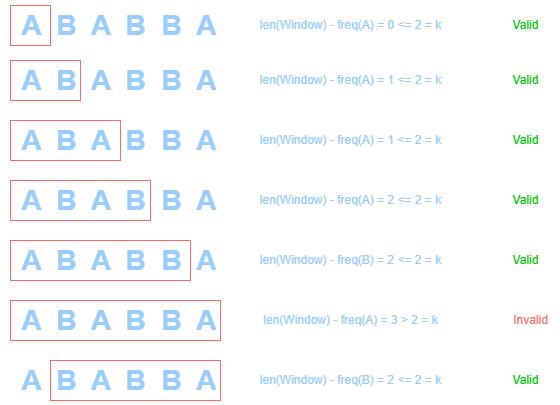
The draw.io diagram Neetcode150/img/LongestRepeatingCharacters.png in ashiven/leetcode-solutions, before a commit. Source tidied: cells renumbered, new cells last; positions are measured from the earlier drawing's top-left corner, leaving out a move shared by most shapes. Its diagram source:
```xml
<mxGraphModel>
  <root>
    <mxCell id="0" />
    <mxCell id="1" parent="0" />
    <mxCell id="2" value="&lt;b&gt;&lt;font style=&quot;font-size: 28px;&quot;&gt;&amp;nbsp;A&amp;nbsp; B&amp;nbsp; A&amp;nbsp; B&amp;nbsp; B&amp;nbsp; A&lt;/font&gt;&lt;/b&gt;" style="text;html=1;align=center;verticalAlign=middle;strokeColor=none;fillColor=none;fontColor=#99CCFF;" parent="1" vertex="1">
      <mxGeometry width="230" height="50" as="geometry" />
    </mxCell>
    <mxCell id="3" style="whiteSpace=wrap;html=1;fillColor=none;strokeColor=#FF6666;fontColor=#99CCFF;" parent="1" vertex="1">
      <mxGeometry x="10" y="5" width="40" height="40" as="geometry" />
    </mxCell>
    <mxCell id="4" value="&lt;font&gt;len(Window) - freq(A) = 0 &amp;lt;= 2 = k&lt;/font&gt;" style="text;html=1;align=center;verticalAlign=middle;strokeColor=none;fillColor=none;fontColor=#99CCFF;" parent="1" vertex="1">
      <mxGeometry x="250" y="10" width="200" height="30" as="geometry" />
    </mxCell>
    <mxCell id="5" style="endArrow=classic;html=1;rounded=0;strokeColor=#FFFFFF;fontColor=#99CCFF;" parent="1" edge="1">
      <mxGeometry relative="1" as="geometry">
        <mxPoint x="470" y="24.7" as="sourcePoint" />
        <mxPoint x="500" y="24.7" as="targetPoint" />
      </mxGeometry>
    </mxCell>
    <mxCell id="6" value="&lt;font color=&quot;#00cc00&quot;&gt;Valid&lt;/font&gt;" style="text;html=1;align=center;verticalAlign=middle;strokeColor=none;fillColor=none;" parent="1" vertex="1">
      <mxGeometry x="500" y="10" width="50" height="30" as="geometry" />
    </mxCell>
    <mxCell id="7" value="&lt;b&gt;&lt;font style=&quot;font-size: 28px;&quot;&gt;&amp;nbsp;A&amp;nbsp; B&amp;nbsp; A&amp;nbsp; B&amp;nbsp; B&amp;nbsp; A&lt;/font&gt;&lt;/b&gt;" style="text;html=1;align=center;verticalAlign=middle;strokeColor=none;fillColor=none;fontColor=#99CCFF;" parent="1" vertex="1">
      <mxGeometry y="55" width="230" height="50" as="geometry" />
    </mxCell>
    <mxCell id="8" style="rounded=0;whiteSpace=wrap;html=1;fillColor=none;strokeColor=#FF6666;fontColor=#99CCFF;" parent="1" vertex="1">
      <mxGeometry x="10" y="60" width="70" height="40" as="geometry" />
    </mxCell>
    <mxCell id="9" value="&lt;font&gt;len(Window) - freq(A) = 1 &amp;lt;= 2 = k&lt;/font&gt;" style="text;html=1;align=center;verticalAlign=middle;strokeColor=none;fillColor=none;fontColor=#99CCFF;" parent="1" vertex="1">
      <mxGeometry x="250" y="65" width="200" height="30" as="geometry" />
    </mxCell>
    <mxCell id="10" style="endArrow=classic;html=1;rounded=0;strokeColor=#FFFFFF;fontColor=#99CCFF;" parent="1" edge="1">
      <mxGeometry relative="1" as="geometry">
        <mxPoint x="470" y="79.7" as="sourcePoint" />
        <mxPoint x="500" y="79.7" as="targetPoint" />
      </mxGeometry>
    </mxCell>
    <mxCell id="11" value="&lt;font color=&quot;#00cc00&quot;&gt;Valid&lt;/font&gt;" style="text;html=1;align=center;verticalAlign=middle;strokeColor=none;fillColor=none;" parent="1" vertex="1">
      <mxGeometry x="500" y="65" width="50" height="30" as="geometry" />
    </mxCell>
    <mxCell id="12" value="&lt;b&gt;&lt;font style=&quot;font-size: 28px;&quot;&gt;&amp;nbsp;A&amp;nbsp; B&amp;nbsp; A&amp;nbsp; B&amp;nbsp; B&amp;nbsp; A&lt;/font&gt;&lt;/b&gt;" style="text;html=1;align=center;verticalAlign=middle;strokeColor=none;fillColor=none;fontColor=#99CCFF;" parent="1" vertex="1">
      <mxGeometry y="115" width="230" height="50" as="geometry" />
    </mxCell>
    <mxCell id="13" style="rounded=0;whiteSpace=wrap;html=1;fillColor=none;strokeColor=#FF6666;fontColor=#99CCFF;" parent="1" vertex="1">
      <mxGeometry x="10" y="120" width="110" height="40" as="geometry" />
    </mxCell>
    <mxCell id="14" value="&lt;font&gt;len(Window) - freq(A) = 1 &amp;lt;= 2 = k&lt;/font&gt;" style="text;html=1;align=center;verticalAlign=middle;strokeColor=none;fillColor=none;fontColor=#99CCFF;" parent="1" vertex="1">
      <mxGeometry x="250" y="125" width="200" height="30" as="geometry" />
    </mxCell>
    <mxCell id="15" style="endArrow=classic;html=1;rounded=0;strokeColor=#FFFFFF;fontColor=#99CCFF;" parent="1" edge="1">
      <mxGeometry relative="1" as="geometry">
        <mxPoint x="470" y="139.7" as="sourcePoint" />
        <mxPoint x="500" y="139.7" as="targetPoint" />
      </mxGeometry>
    </mxCell>
    <mxCell id="16" value="&lt;font color=&quot;#00cc00&quot;&gt;Valid&lt;/font&gt;" style="text;html=1;align=center;verticalAlign=middle;strokeColor=none;fillColor=none;" parent="1" vertex="1">
      <mxGeometry x="500" y="125" width="50" height="30" as="geometry" />
    </mxCell>
    <mxCell id="17" value="&lt;b&gt;&lt;font style=&quot;font-size: 28px;&quot;&gt;&amp;nbsp;A&amp;nbsp; B&amp;nbsp; A&amp;nbsp; B&amp;nbsp; B&amp;nbsp; A&lt;/font&gt;&lt;/b&gt;" style="text;html=1;align=center;verticalAlign=middle;strokeColor=none;fillColor=none;fontColor=#99CCFF;" parent="1" vertex="1">
      <mxGeometry y="175" width="230" height="50" as="geometry" />
    </mxCell>
    <mxCell id="18" style="rounded=0;whiteSpace=wrap;html=1;fillColor=none;strokeColor=#FF6666;fontColor=#99CCFF;" parent="1" vertex="1">
      <mxGeometry x="10" y="180" width="140" height="40" as="geometry" />
    </mxCell>
    <mxCell id="19" value="&lt;font&gt;len(Window) - freq(A) = 2 &amp;lt;= 2 = k&lt;/font&gt;" style="text;html=1;align=center;verticalAlign=middle;strokeColor=none;fillColor=none;fontColor=#99CCFF;" parent="1" vertex="1">
      <mxGeometry x="250" y="185" width="200" height="30" as="geometry" />
    </mxCell>
    <mxCell id="20" style="endArrow=classic;html=1;rounded=0;strokeColor=#FFFFFF;fontColor=#99CCFF;" parent="1" edge="1">
      <mxGeometry relative="1" as="geometry">
        <mxPoint x="470" y="199.7" as="sourcePoint" />
        <mxPoint x="500" y="199.7" as="targetPoint" />
      </mxGeometry>
    </mxCell>
    <mxCell id="21" value="&lt;font color=&quot;#00cc00&quot;&gt;Valid&lt;/font&gt;" style="text;html=1;align=center;verticalAlign=middle;strokeColor=none;fillColor=none;" parent="1" vertex="1">
      <mxGeometry x="500" y="185" width="50" height="30" as="geometry" />
    </mxCell>
    <mxCell id="22" value="&lt;b&gt;&lt;font style=&quot;font-size: 28px;&quot;&gt;&amp;nbsp;A&amp;nbsp; B&amp;nbsp; A&amp;nbsp; B&amp;nbsp; B&amp;nbsp; A&lt;/font&gt;&lt;/b&gt;" style="text;html=1;align=center;verticalAlign=middle;strokeColor=none;fillColor=none;fontColor=#99CCFF;" parent="1" vertex="1">
      <mxGeometry y="235" width="230" height="50" as="geometry" />
    </mxCell>
    <mxCell id="23" style="rounded=0;whiteSpace=wrap;html=1;fillColor=none;strokeColor=#FF6666;fontColor=#99CCFF;" parent="1" vertex="1">
      <mxGeometry x="10" y="240" width="180" height="40" as="geometry" />
    </mxCell>
    <mxCell id="24" value="&lt;font&gt;len(Window) - freq(B) = 2 &amp;lt;= 2 = k&lt;/font&gt;" style="text;html=1;align=center;verticalAlign=middle;strokeColor=none;fillColor=none;fontColor=#99CCFF;" parent="1" vertex="1">
      <mxGeometry x="250" y="245" width="200" height="30" as="geometry" />
    </mxCell>
    <mxCell id="25" style="endArrow=classic;html=1;rounded=0;strokeColor=#FFFFFF;fontColor=#99CCFF;" parent="1" edge="1">
      <mxGeometry relative="1" as="geometry">
        <mxPoint x="470" y="259.7" as="sourcePoint" />
        <mxPoint x="500" y="259.7" as="targetPoint" />
      </mxGeometry>
    </mxCell>
    <mxCell id="26" value="&lt;font color=&quot;#00cc00&quot;&gt;Valid&lt;/font&gt;" style="text;html=1;align=center;verticalAlign=middle;strokeColor=none;fillColor=none;" parent="1" vertex="1">
      <mxGeometry x="500" y="245" width="50" height="30" as="geometry" />
    </mxCell>
    <mxCell id="27" value="&lt;b&gt;&lt;font style=&quot;font-size: 28px;&quot;&gt;&amp;nbsp;A&amp;nbsp; B&amp;nbsp; A&amp;nbsp; B&amp;nbsp; B&amp;nbsp; A&lt;/font&gt;&lt;/b&gt;" style="text;html=1;align=center;verticalAlign=middle;strokeColor=none;fillColor=none;fontColor=#99CCFF;" parent="1" vertex="1">
      <mxGeometry y="295" width="230" height="50" as="geometry" />
    </mxCell>
    <mxCell id="28" style="rounded=0;whiteSpace=wrap;html=1;fillColor=none;strokeColor=#FF6666;fontColor=#99CCFF;" parent="1" vertex="1">
      <mxGeometry x="10" y="300" width="210" height="40" as="geometry" />
    </mxCell>
    <mxCell id="29" value="&lt;font&gt;len(Window) - freq(A) = 3 &amp;gt; 2 = k&lt;/font&gt;" style="text;html=1;align=center;verticalAlign=middle;strokeColor=none;fillColor=none;fontColor=#99CCFF;" parent="1" vertex="1">
      <mxGeometry x="250" y="305" width="200" height="30" as="geometry" />
    </mxCell>
    <mxCell id="30" style="endArrow=classic;html=1;rounded=0;strokeColor=#FFFFFF;fontColor=#99CCFF;" parent="1" edge="1">
      <mxGeometry relative="1" as="geometry">
        <mxPoint x="470" y="319.7" as="sourcePoint" />
        <mxPoint x="500" y="319.7" as="targetPoint" />
      </mxGeometry>
    </mxCell>
    <mxCell id="31" value="&lt;font color=&quot;#ff6666&quot;&gt;Invalid&lt;/font&gt;" style="text;html=1;align=center;verticalAlign=middle;strokeColor=none;fillColor=none;" parent="1" vertex="1">
      <mxGeometry x="500" y="305" width="60" height="30" as="geometry" />
    </mxCell>
    <mxCell id="32" value="&lt;b&gt;&lt;font style=&quot;font-size: 28px;&quot;&gt;&amp;nbsp;A&amp;nbsp; B&amp;nbsp; A&amp;nbsp; B&amp;nbsp; B&amp;nbsp; A&lt;/font&gt;&lt;/b&gt;" style="text;html=1;align=center;verticalAlign=middle;strokeColor=none;fillColor=none;fontColor=#99CCFF;" parent="1" vertex="1">
      <mxGeometry y="355" width="230" height="50" as="geometry" />
    </mxCell>
    <mxCell id="33" style="rounded=0;whiteSpace=wrap;html=1;fillColor=none;strokeColor=#FF6666;fontColor=#99CCFF;" parent="1" vertex="1">
      <mxGeometry x="50" y="360" width="170" height="40" as="geometry" />
    </mxCell>
    <mxCell id="34" value="&lt;font&gt;len(Window) - freq(B) = 2 &amp;lt;= 2 = k&lt;/font&gt;" style="text;html=1;align=center;verticalAlign=middle;strokeColor=none;fillColor=none;fontColor=#99CCFF;" parent="1" vertex="1">
      <mxGeometry x="250" y="365" width="200" height="30" as="geometry" />
    </mxCell>
    <mxCell id="35" style="endArrow=classic;html=1;rounded=0;strokeColor=#FFFFFF;fontColor=#99CCFF;" parent="1" edge="1">
      <mxGeometry relative="1" as="geometry">
        <mxPoint x="470" y="379.7" as="sourcePoint" />
        <mxPoint x="500" y="379.7" as="targetPoint" />
      </mxGeometry>
    </mxCell>
    <mxCell id="36" value="&lt;font color=&quot;#00cc00&quot;&gt;Valid&lt;/font&gt;" style="text;html=1;align=center;verticalAlign=middle;strokeColor=none;fillColor=none;" parent="1" vertex="1">
      <mxGeometry x="500" y="365" width="50" height="30" as="geometry" />
    </mxCell>
  </root>
</mxGraphModel>
```
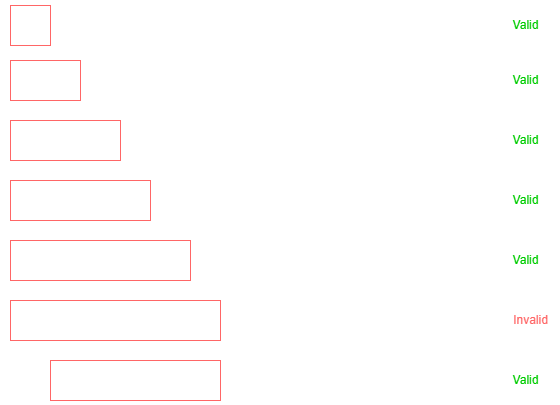
After the change.

Diff of the diagram source:
```diff
@@ -2,13 +2,13 @@
   <root>
     <mxCell id="0" />
     <mxCell id="1" parent="0" />
-    <mxCell id="2" value="&lt;b&gt;&lt;font style=&quot;font-size: 28px;&quot;&gt;&amp;nbsp;A&amp;nbsp; B&amp;nbsp; A&amp;nbsp; B&amp;nbsp; B&amp;nbsp; A&lt;/font&gt;&lt;/b&gt;" style="text;html=1;align=center;verticalAlign=middle;strokeColor=none;fillColor=none;fontColor=#99CCFF;" parent="1" vertex="1">
+    <mxCell id="2" value="&lt;b&gt;&lt;font style=&quot;font-size: 28px;&quot;&gt;&amp;nbsp;A&amp;nbsp; B&amp;nbsp; A&amp;nbsp; B&amp;nbsp; B&amp;nbsp; A&lt;/font&gt;&lt;/b&gt;" style="text;html=1;align=center;verticalAlign=middle;strokeColor=none;fillColor=none;fontColor=#FFFFFF;" parent="1" vertex="1">
       <mxGeometry width="230" height="50" as="geometry" />
     </mxCell>
-    <mxCell id="3" style="whiteSpace=wrap;html=1;fillColor=none;strokeColor=#FF6666;fontColor=#99CCFF;" parent="1" vertex="1">
+    <mxCell id="3" style="whiteSpace=wrap;html=1;fillColor=none;strokeColor=#FF6666;fontColor=#FFFFFF;" parent="1" vertex="1">
       <mxGeometry x="10" y="5" width="40" height="40" as="geometry" />
     </mxCell>
-    <mxCell id="4" value="&lt;font&gt;len(Window) - freq(A) = 0 &amp;lt;= 2 = k&lt;/font&gt;" style="text;html=1;align=center;verticalAlign=middle;strokeColor=none;fillColor=none;fontColor=#99CCFF;" parent="1" vertex="1">
+    <mxCell id="4" value="&lt;font&gt;len(Window) - freq(A) = 0 &amp;lt;= 2 = k&lt;/font&gt;" style="text;html=1;align=center;verticalAlign=middle;strokeColor=none;fillColor=none;fontColor=#FFFFFF;" parent="1" vertex="1">
       <mxGeometry x="250" y="10" width="200" height="30" as="geometry" />
     </mxCell>
     <mxCell id="5" style="endArrow=classic;html=1;rounded=0;strokeColor=#FFFFFF;fontColor=#99CCFF;" parent="1" edge="1">
@@ -20,13 +20,13 @@
     <mxCell id="6" value="&lt;font color=&quot;#00cc00&quot;&gt;Valid&lt;/font&gt;" style="text;html=1;align=center;verticalAlign=middle;strokeColor=none;fillColor=none;" parent="1" vertex="1">
       <mxGeometry x="500" y="10" width="50" height="30" as="geometry" />
     </mxCell>
-    <mxCell id="7" value="&lt;b&gt;&lt;font style=&quot;font-size: 28px;&quot;&gt;&amp;nbsp;A&amp;nbsp; B&amp;nbsp; A&amp;nbsp; B&amp;nbsp; B&amp;nbsp; A&lt;/font&gt;&lt;/b&gt;" style="text;html=1;align=center;verticalAlign=middle;strokeColor=none;fillColor=none;fontColor=#99CCFF;" parent="1" vertex="1">
+    <mxCell id="7" value="&lt;b&gt;&lt;font style=&quot;font-size: 28px;&quot;&gt;&amp;nbsp;A&amp;nbsp; B&amp;nbsp; A&amp;nbsp; B&amp;nbsp; B&amp;nbsp; A&lt;/font&gt;&lt;/b&gt;" style="text;html=1;align=center;verticalAlign=middle;strokeColor=none;fillColor=none;fontColor=#FFFFFF;" parent="1" vertex="1">
       <mxGeometry y="55" width="230" height="50" as="geometry" />
     </mxCell>
-    <mxCell id="8" style="rounded=0;whiteSpace=wrap;html=1;fillColor=none;strokeColor=#FF6666;fontColor=#99CCFF;" parent="1" vertex="1">
+    <mxCell id="8" style="rounded=0;whiteSpace=wrap;html=1;fillColor=none;strokeColor=#FF6666;fontColor=#FFFFFF;" parent="1" vertex="1">
       <mxGeometry x="10" y="60" width="70" height="40" as="geometry" />
     </mxCell>
-    <mxCell id="9" value="&lt;font&gt;len(Window) - freq(A) = 1 &amp;lt;= 2 = k&lt;/font&gt;" style="text;html=1;align=center;verticalAlign=middle;strokeColor=none;fillColor=none;fontColor=#99CCFF;" parent="1" vertex="1">
+    <mxCell id="9" value="&lt;font&gt;len(Window) - freq(A) = 1 &amp;lt;= 2 = k&lt;/font&gt;" style="text;html=1;align=center;verticalAlign=middle;strokeColor=none;fillColor=none;fontColor=#FFFFFF;" parent="1" vertex="1">
       <mxGeometry x="250" y="65" width="200" height="30" as="geometry" />
     </mxCell>
     <mxCell id="10" style="endArrow=classic;html=1;rounded=0;strokeColor=#FFFFFF;fontColor=#99CCFF;" parent="1" edge="1">
@@ -38,13 +38,13 @@
     <mxCell id="11" value="&lt;font color=&quot;#00cc00&quot;&gt;Valid&lt;/font&gt;" style="text;html=1;align=center;verticalAlign=middle;strokeColor=none;fillColor=none;" parent="1" vertex="1">
       <mxGeometry x="500" y="65" width="50" height="30" as="geometry" />
     </mxCell>
-    <mxCell id="12" value="&lt;b&gt;&lt;font style=&quot;font-size: 28px;&quot;&gt;&amp;nbsp;A&amp;nbsp; B&amp;nbsp; A&amp;nbsp; B&amp;nbsp; B&amp;nbsp; A&lt;/font&gt;&lt;/b&gt;" style="text;html=1;align=center;verticalAlign=middle;strokeColor=none;fillColor=none;fontColor=#99CCFF;" parent="1" vertex="1">
+    <mxCell id="12" value="&lt;b&gt;&lt;font style=&quot;font-size: 28px;&quot;&gt;&amp;nbsp;A&amp;nbsp; B&amp;nbsp; A&amp;nbsp; B&amp;nbsp; B&amp;nbsp; A&lt;/font&gt;&lt;/b&gt;" style="text;html=1;align=center;verticalAlign=middle;strokeColor=none;fillColor=none;fontColor=#FFFFFF;" parent="1" vertex="1">
       <mxGeometry y="115" width="230" height="50" as="geometry" />
     </mxCell>
-    <mxCell id="13" style="rounded=0;whiteSpace=wrap;html=1;fillColor=none;strokeColor=#FF6666;fontColor=#99CCFF;" parent="1" vertex="1">
+    <mxCell id="13" style="rounded=0;whiteSpace=wrap;html=1;fillColor=none;strokeColor=#FF6666;fontColor=#FFFFFF;" parent="1" vertex="1">
       <mxGeometry x="10" y="120" width="110" height="40" as="geometry" />
     </mxCell>
-    <mxCell id="14" value="&lt;font&gt;len(Window) - freq(A) = 1 &amp;lt;= 2 = k&lt;/font&gt;" style="text;html=1;align=center;verticalAlign=middle;strokeColor=none;fillColor=none;fontColor=#99CCFF;" parent="1" vertex="1">
+    <mxCell id="14" value="&lt;font&gt;len(Window) - freq(A) = 1 &amp;lt;= 2 = k&lt;/font&gt;" style="text;html=1;align=center;verticalAlign=middle;strokeColor=none;fillColor=none;fontColor=#FFFFFF;" parent="1" vertex="1">
       <mxGeometry x="250" y="125" width="200" height="30" as="geometry" />
     </mxCell>
     <mxCell id="15" style="endArrow=classic;html=1;rounded=0;strokeColor=#FFFFFF;fontColor=#99CCFF;" parent="1" edge="1">
@@ -56,13 +56,13 @@
     <mxCell id="16" value="&lt;font color=&quot;#00cc00&quot;&gt;Valid&lt;/font&gt;" style="text;html=1;align=center;verticalAlign=middle;strokeColor=none;fillColor=none;" parent="1" vertex="1">
       <mxGeometry x="500" y="125" width="50" height="30" as="geometry" />
     </mxCell>
-    <mxCell id="17" value="&lt;b&gt;&lt;font style=&quot;font-size: 28px;&quot;&gt;&amp;nbsp;A&amp;nbsp; B&amp;nbsp; A&amp;nbsp; B&amp;nbsp; B&amp;nbsp; A&lt;/font&gt;&lt;/b&gt;" style="text;html=1;align=center;verticalAlign=middle;strokeColor=none;fillColor=none;fontColor=#99CCFF;" parent="1" vertex="1">
+    <mxCell id="17" value="&lt;b&gt;&lt;font style=&quot;font-size: 28px;&quot;&gt;&amp;nbsp;A&amp;nbsp; B&amp;nbsp; A&amp;nbsp; B&amp;nbsp; B&amp;nbsp; A&lt;/font&gt;&lt;/b&gt;" style="text;html=1;align=center;verticalAlign=middle;strokeColor=none;fillColor=none;fontColor=#FFFFFF;" parent="1" vertex="1">
       <mxGeometry y="175" width="230" height="50" as="geometry" />
     </mxCell>
-    <mxCell id="18" style="rounded=0;whiteSpace=wrap;html=1;fillColor=none;strokeColor=#FF6666;fontColor=#99CCFF;" parent="1" vertex="1">
+    <mxCell id="18" style="rounded=0;whiteSpace=wrap;html=1;fillColor=none;strokeColor=#FF6666;fontColor=#FFFFFF;" parent="1" vertex="1">
       <mxGeometry x="10" y="180" width="140" height="40" as="geometry" />
     </mxCell>
-    <mxCell id="19" value="&lt;font&gt;len(Window) - freq(A) = 2 &amp;lt;= 2 = k&lt;/font&gt;" style="text;html=1;align=center;verticalAlign=middle;strokeColor=none;fillColor=none;fontColor=#99CCFF;" parent="1" vertex="1">
+    <mxCell id="19" value="&lt;font&gt;len(Window) - freq(A) = 2 &amp;lt;= 2 = k&lt;/font&gt;" style="text;html=1;align=center;verticalAlign=middle;strokeColor=none;fillColor=none;fontColor=#FFFFFF;" parent="1" vertex="1">
       <mxGeometry x="250" y="185" width="200" height="30" as="geometry" />
     </mxCell>
     <mxCell id="20" style="endArrow=classic;html=1;rounded=0;strokeColor=#FFFFFF;fontColor=#99CCFF;" parent="1" edge="1">
@@ -74,13 +74,13 @@
     <mxCell id="21" value="&lt;font color=&quot;#00cc00&quot;&gt;Valid&lt;/font&gt;" style="text;html=1;align=center;verticalAlign=middle;strokeColor=none;fillColor=none;" parent="1" vertex="1">
       <mxGeometry x="500" y="185" width="50" height="30" as="geometry" />
     </mxCell>
-    <mxCell id="22" value="&lt;b&gt;&lt;font style=&quot;font-size: 28px;&quot;&gt;&amp;nbsp;A&amp;nbsp; B&amp;nbsp; A&amp;nbsp; B&amp;nbsp; B&amp;nbsp; A&lt;/font&gt;&lt;/b&gt;" style="text;html=1;align=center;verticalAlign=middle;strokeColor=none;fillColor=none;fontColor=#99CCFF;" parent="1" vertex="1">
+    <mxCell id="22" value="&lt;b&gt;&lt;font style=&quot;font-size: 28px;&quot;&gt;&amp;nbsp;A&amp;nbsp; B&amp;nbsp; A&amp;nbsp; B&amp;nbsp; B&amp;nbsp; A&lt;/font&gt;&lt;/b&gt;" style="text;html=1;align=center;verticalAlign=middle;strokeColor=none;fillColor=none;fontColor=#FFFFFF;" parent="1" vertex="1">
       <mxGeometry y="235" width="230" height="50" as="geometry" />
     </mxCell>
-    <mxCell id="23" style="rounded=0;whiteSpace=wrap;html=1;fillColor=none;strokeColor=#FF6666;fontColor=#99CCFF;" parent="1" vertex="1">
+    <mxCell id="23" style="rounded=0;whiteSpace=wrap;html=1;fillColor=none;strokeColor=#FF6666;fontColor=#FFFFFF;" parent="1" vertex="1">
       <mxGeometry x="10" y="240" width="180" height="40" as="geometry" />
     </mxCell>
-    <mxCell id="24" value="&lt;font&gt;len(Window) - freq(B) = 2 &amp;lt;= 2 = k&lt;/font&gt;" style="text;html=1;align=center;verticalAlign=middle;strokeColor=none;fillColor=none;fontColor=#99CCFF;" parent="1" vertex="1">
+    <mxCell id="24" value="&lt;font&gt;len(Window) - freq(B) = 2 &amp;lt;= 2 = k&lt;/font&gt;" style="text;html=1;align=center;verticalAlign=middle;strokeColor=none;fillColor=none;fontColor=#FFFFFF;" parent="1" vertex="1">
       <mxGeometry x="250" y="245" width="200" height="30" as="geometry" />
     </mxCell>
     <mxCell id="25" style="endArrow=classic;html=1;rounded=0;strokeColor=#FFFFFF;fontColor=#99CCFF;" parent="1" edge="1">
@@ -92,13 +92,13 @@
     <mxCell id="26" value="&lt;font color=&quot;#00cc00&quot;&gt;Valid&lt;/font&gt;" style="text;html=1;align=center;verticalAlign=middle;strokeColor=none;fillColor=none;" parent="1" vertex="1">
       <mxGeometry x="500" y="245" width="50" height="30" as="geometry" />
     </mxCell>
-    <mxCell id="27" value="&lt;b&gt;&lt;font style=&quot;font-size: 28px;&quot;&gt;&amp;nbsp;A&amp;nbsp; B&amp;nbsp; A&amp;nbsp; B&amp;nbsp; B&amp;nbsp; A&lt;/font&gt;&lt;/b&gt;" style="text;html=1;align=center;verticalAlign=middle;strokeColor=none;fillColor=none;fontColor=#99CCFF;" parent="1" vertex="1">
+    <mxCell id="27" value="&lt;b&gt;&lt;font style=&quot;font-size: 28px;&quot;&gt;&amp;nbsp;A&amp;nbsp; B&amp;nbsp; A&amp;nbsp; B&amp;nbsp; B&amp;nbsp; A&lt;/font&gt;&lt;/b&gt;" style="text;html=1;align=center;verticalAlign=middle;strokeColor=none;fillColor=none;fontColor=#FFFFFF;" parent="1" vertex="1">
       <mxGeometry y="295" width="230" height="50" as="geometry" />
     </mxCell>
-    <mxCell id="28" style="rounded=0;whiteSpace=wrap;html=1;fillColor=none;strokeColor=#FF6666;fontColor=#99CCFF;" parent="1" vertex="1">
+    <mxCell id="28" style="rounded=0;whiteSpace=wrap;html=1;fillColor=none;strokeColor=#FF6666;fontColor=#FFFFFF;" parent="1" vertex="1">
       <mxGeometry x="10" y="300" width="210" height="40" as="geometry" />
     </mxCell>
-    <mxCell id="29" value="&lt;font&gt;len(Window) - freq(A) = 3 &amp;gt; 2 = k&lt;/font&gt;" style="text;html=1;align=center;verticalAlign=middle;strokeColor=none;fillColor=none;fontColor=#99CCFF;" parent="1" vertex="1">
+    <mxCell id="29" value="&lt;font&gt;len(Window) - freq(A) = 3 &amp;gt; 2 = k&lt;/font&gt;" style="text;html=1;align=center;verticalAlign=middle;strokeColor=none;fillColor=none;fontColor=#FFFFFF;" parent="1" vertex="1">
       <mxGeometry x="250" y="305" width="200" height="30" as="geometry" />
     </mxCell>
     <mxCell id="30" style="endArrow=classic;html=1;rounded=0;strokeColor=#FFFFFF;fontColor=#99CCFF;" parent="1" edge="1">
@@ -110,13 +110,13 @@
     <mxCell id="31" value="&lt;font color=&quot;#ff6666&quot;&gt;Invalid&lt;/font&gt;" style="text;html=1;align=center;verticalAlign=middle;strokeColor=none;fillColor=none;" parent="1" vertex="1">
       <mxGeometry x="500" y="305" width="60" height="30" as="geometry" />
     </mxCell>
-    <mxCell id="32" value="&lt;b&gt;&lt;font style=&quot;font-size: 28px;&quot;&gt;&amp;nbsp;A&amp;nbsp; B&amp;nbsp; A&amp;nbsp; B&amp;nbsp; B&amp;nbsp; A&lt;/font&gt;&lt;/b&gt;" style="text;html=1;align=center;verticalAlign=middle;strokeColor=none;fillColor=none;fontColor=#99CCFF;" parent="1" vertex="1">
+    <mxCell id="32" value="&lt;b&gt;&lt;font style=&quot;font-size: 28px;&quot;&gt;&amp;nbsp;A&amp;nbsp; B&amp;nbsp; A&amp;nbsp; B&amp;nbsp; B&amp;nbsp; A&lt;/font&gt;&lt;/b&gt;" style="text;html=1;align=center;verticalAlign=middle;strokeColor=none;fillColor=none;fontColor=#FFFFFF;" parent="1" vertex="1">
       <mxGeometry y="355" width="230" height="50" as="geometry" />
     </mxCell>
-    <mxCell id="33" style="rounded=0;whiteSpace=wrap;html=1;fillColor=none;strokeColor=#FF6666;fontColor=#99CCFF;" parent="1" vertex="1">
+    <mxCell id="33" style="rounded=0;whiteSpace=wrap;html=1;fillColor=none;strokeColor=#FF6666;fontColor=#FFFFFF;" parent="1" vertex="1">
       <mxGeometry x="50" y="360" width="170" height="40" as="geometry" />
     </mxCell>
-    <mxCell id="34" value="&lt;font&gt;len(Window) - freq(B) = 2 &amp;lt;= 2 = k&lt;/font&gt;" style="text;html=1;align=center;verticalAlign=middle;strokeColor=none;fillColor=none;fontColor=#99CCFF;" parent="1" vertex="1">
+    <mxCell id="34" value="&lt;font&gt;len(Window) - freq(B) = 2 &amp;lt;= 2 = k&lt;/font&gt;" style="text;html=1;align=center;verticalAlign=middle;strokeColor=none;fillColor=none;fontColor=#FFFFFF;" parent="1" vertex="1">
       <mxGeometry x="250" y="365" width="200" height="30" as="geometry" />
     </mxCell>
     <mxCell id="35" style="endArrow=classic;html=1;rounded=0;strokeColor=#FFFFFF;fontColor=#99CCFF;" parent="1" edge="1">
```
